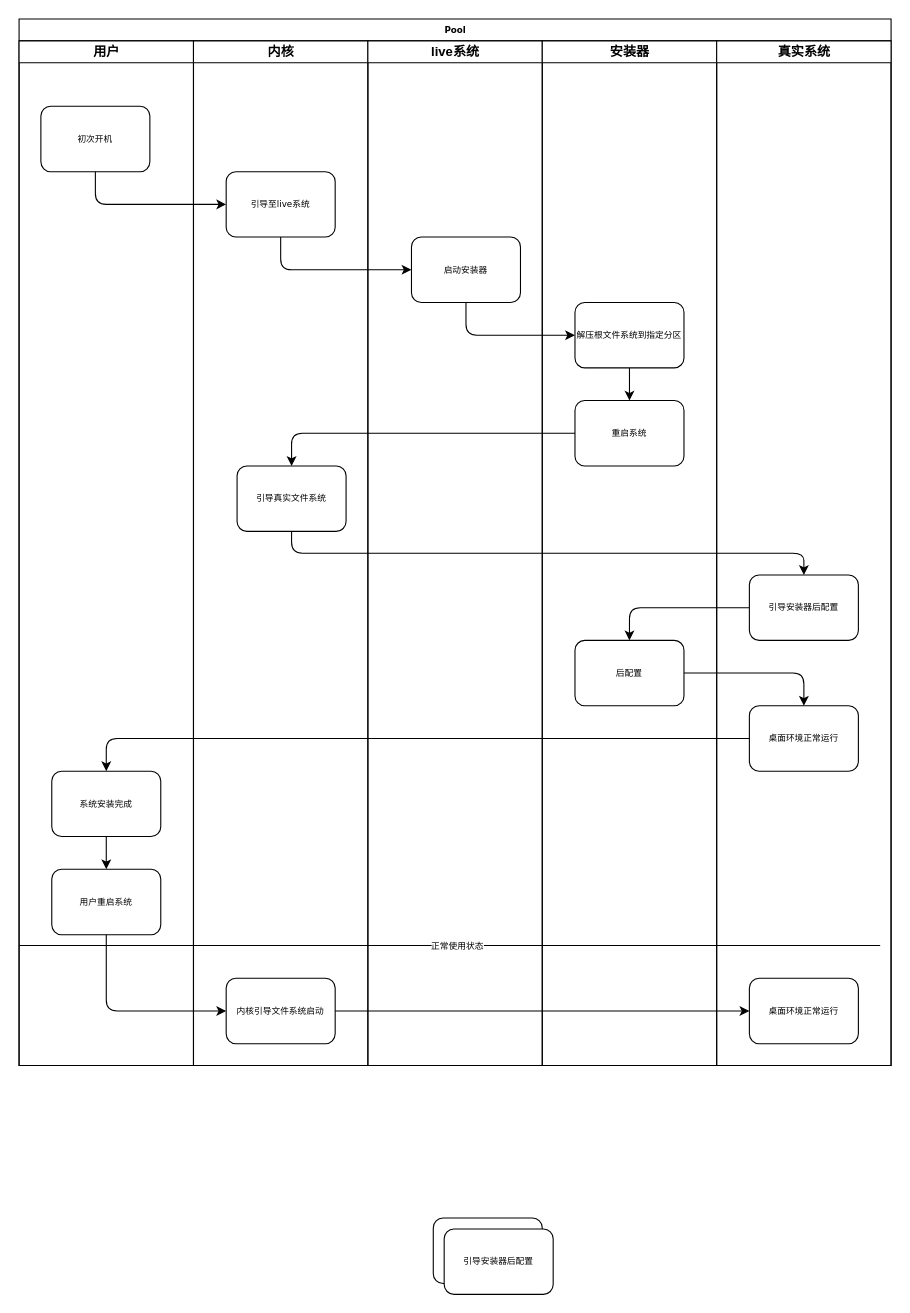
This is 未命名绘图.drawio from TuQinggang/TQG, a draw.io file, before an edit. Source tidied: cells renumbered, new cells numbered last; positions are measured from the earlier drawing's top-left corner, leaving out a move shared by most shapes. Both pictures are drawn from the tidied source at 109%, with x=0, y=0 at pixel (19, 19).
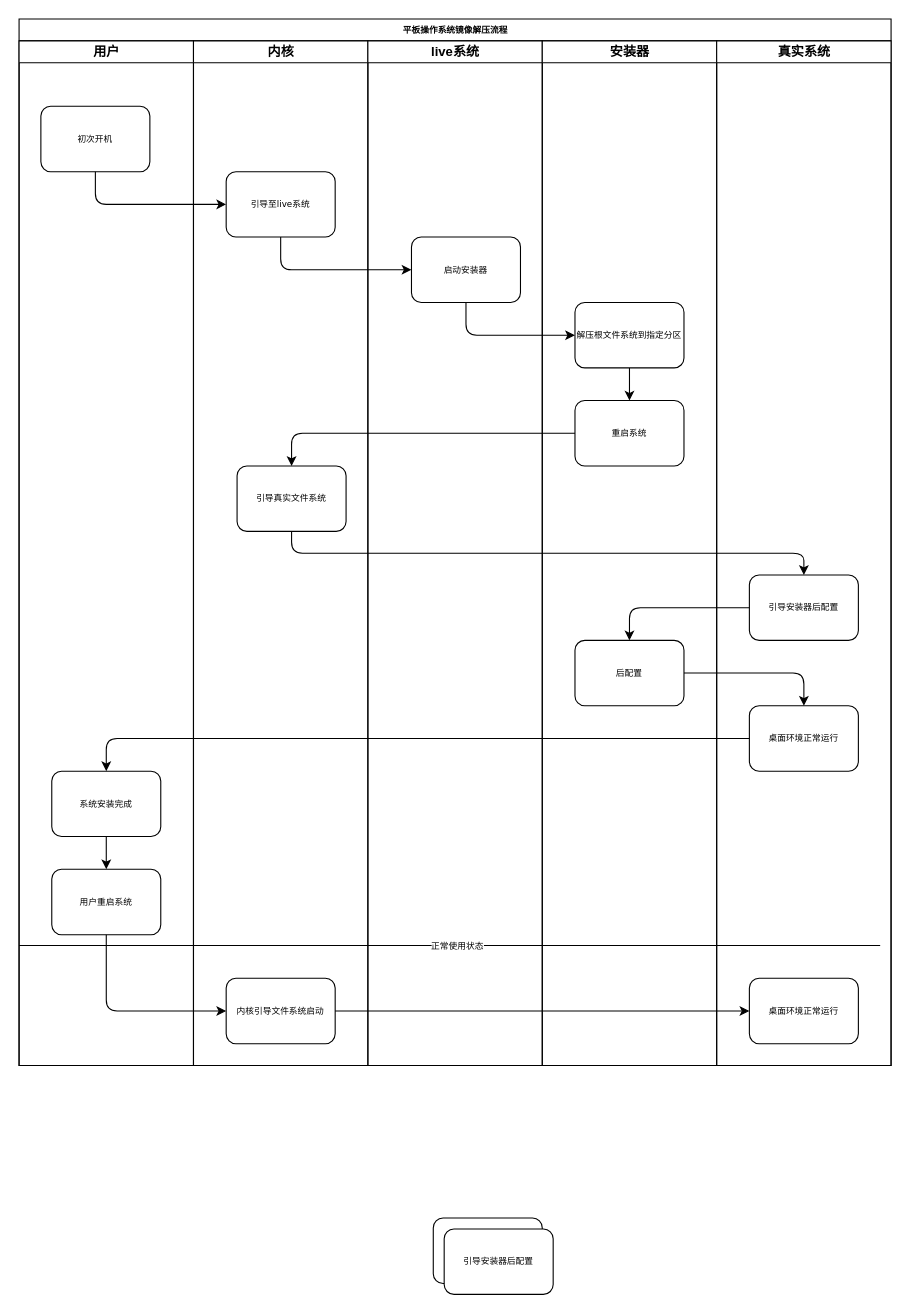
After the change.

Commit message:
平板操作系统解压流程.drawio

What changed in the source:
```diff
@@
-    <mxCell id="2" value="Pool" style="swimlane;html=1;startSize=20;rounded=0;shadow=0;labelBackgroundColor=none;strokeWidth=1;fontFamily=Verdana;fontSize=8;align=center;" parent="1" vertex="1">
+    <mxCell id="2" value="平板操作系统镜像解压流程" style="swimlane;html=1;startSize=20;rounded=0;shadow=0;labelBackgroundColor=none;strokeWidth=1;fontFamily=Verdana;fontSize=8;align=center;" parent="1" vertex="1">
       <mxGeometry width="800" height="960" as="geometry" />
     </mxCell>
```
